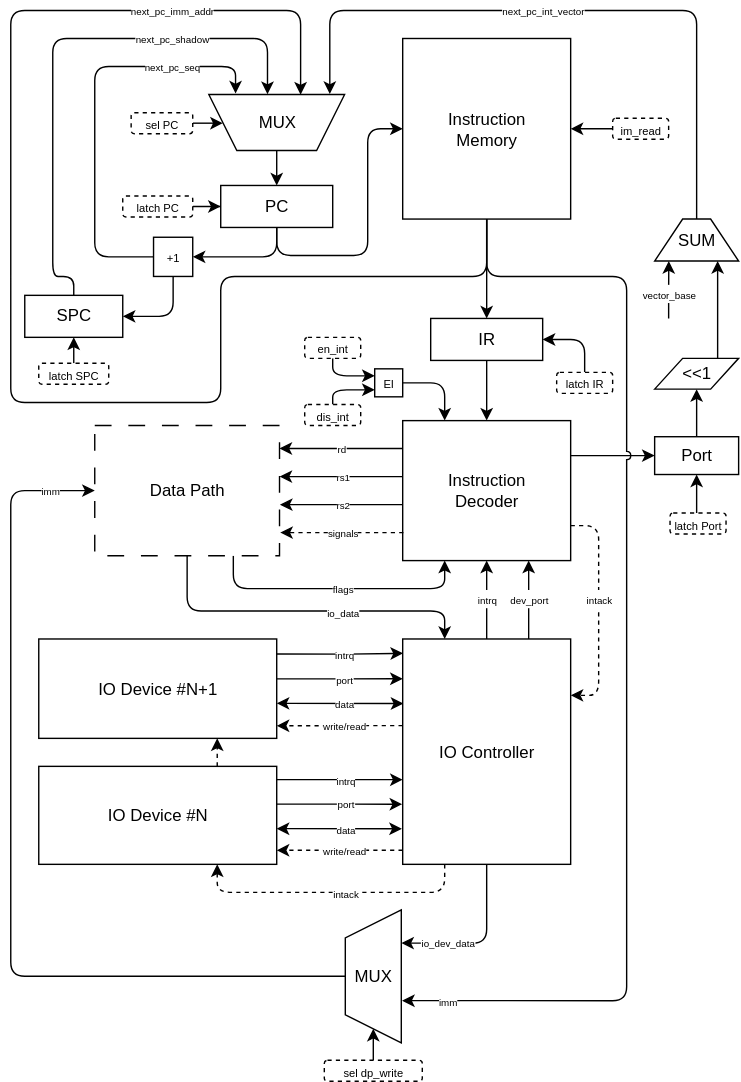
Above: img/ControlUnit.svg in mip3x/csa-lab-iv (draw.io), before the change. Source tidied: cells renumbered, new cells last; positions are measured from the earlier drawing's top-left corner, leaving out a move shared by most shapes.
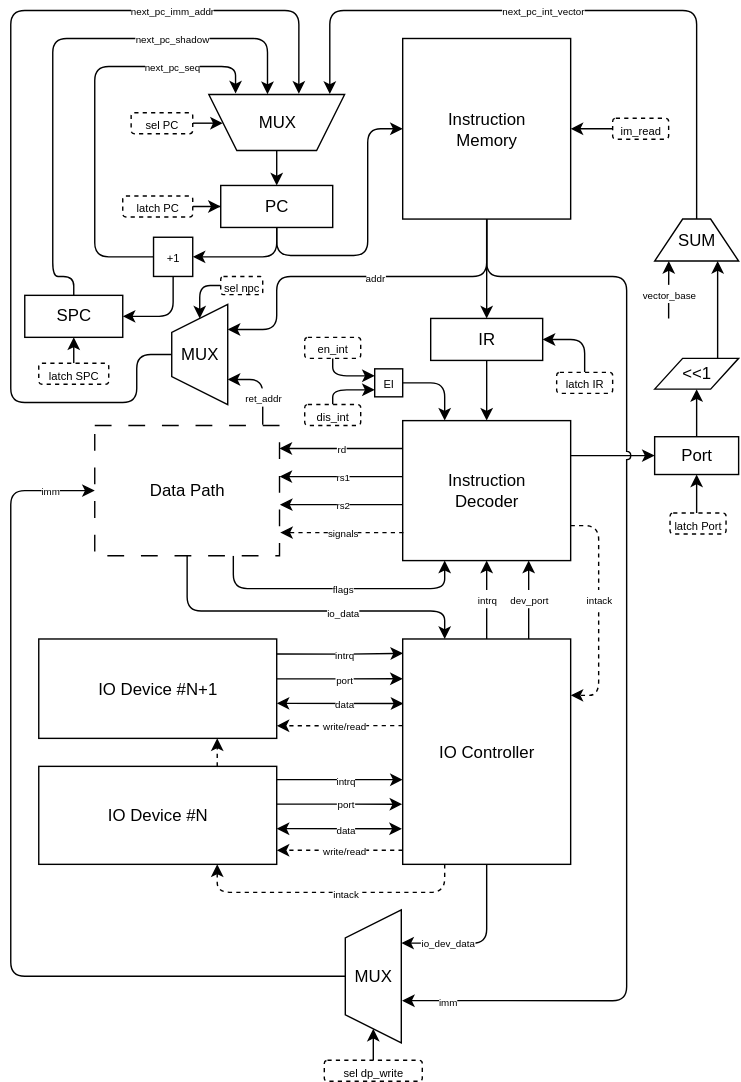
The same diagram one commit later.

Commit message:
feat: scheme changed for supporting ret instruction

What changed in the source:
```diff
@@ -2,6 +2,17 @@
   <root>
     <mxCell id="0" />
     <mxCell id="1" parent="0" />
+    <mxCell id="99" style="edgeStyle=orthogonalEdgeStyle;rounded=1;jettySize=auto;html=1;exitX=0.5;exitY=0;exitDx=0;exitDy=0;entryX=0.337;entryY=1.013;entryDx=0;entryDy=0;entryPerimeter=0;curved=0;" parent="1" edge="1" source="102" target="29">
+      <mxGeometry relative="1" as="geometry">
+        <Array as="points">
+          <mxPoint x="90" y="247" />
+          <mxPoint x="90" y="281" />
+          <mxPoint y="281" />
+          <mxPoint y="1" />
+          <mxPoint x="206" y="1" />
+        </Array>
+      </mxGeometry>
+    </mxCell>
     <mxCell id="2" style="edgeStyle=orthogonalEdgeStyle;rounded=1;jettySize=auto;html=1;entryX=0.568;entryY=1.006;entryDx=0;entryDy=0;entryPerimeter=0;curved=0;exitX=0.5;exitY=0;exitDx=0;exitDy=0;" parent="1" edge="1" source="44" target="29">
       <mxGeometry relative="1" as="geometry">
         <Array as="points">
@@ -62,18 +73,6 @@
     <mxCell id="10" value="&lt;font style=&quot;font-size: 7px;&quot;&gt;intrq&lt;/font&gt;" style="edgeLabel;html=1;align=center;verticalAlign=middle;" parent="1" vertex="1">
       <mxGeometry x="340" y="421" as="geometry" />
     </mxCell>
-    <mxCell id="11" style="edgeStyle=orthogonalEdgeStyle;rounded=1;jettySize=auto;html=1;exitX=0.5;exitY=1;exitDx=0;exitDy=0;entryX=0.324;entryY=0.997;entryDx=0;entryDy=0;curved=0;entryPerimeter=0;" parent="1" edge="1" source="35" target="29">
-      <mxGeometry relative="1" as="geometry">
-        <Array as="points">
-          <mxPoint x="340" y="191" />
-          <mxPoint x="150" y="191" />
-          <mxPoint x="150" y="281" />
-          <mxPoint y="281" />
-          <mxPoint y="1" />
-          <mxPoint x="207" y="1" />
-        </Array>
-      </mxGeometry>
-    </mxCell>
     <mxCell id="12" style="edgeStyle=orthogonalEdgeStyle;rounded=0;orthogonalLoop=1;jettySize=auto;html=1;exitX=0;exitY=0.5;exitDx=0;exitDy=0;entryX=1;entryY=0.5;entryDx=0;entryDy=0;" parent="1" edge="1">
       <mxGeometry relative="1" as="geometry">
         <mxPoint x="280" y="313.9" as="sourcePoint" />
@@ -137,6 +136,16 @@
         </Array>
       </mxGeometry>
     </mxCell>
+    <mxCell id="100" style="edgeStyle=orthogonalEdgeStyle;rounded=1;jettySize=auto;html=1;entryX=0.25;entryY=1;entryDx=0;entryDy=0;curved=0;" parent="1" edge="1" target="102">
+      <mxGeometry relative="1" as="geometry">
+        <mxPoint x="180" y="297" as="sourcePoint" />
+        <Array as="points">
+          <mxPoint x="180" y="297" />
+          <mxPoint x="180" y="265" />
+          <mxPoint x="155" y="265" />
+        </Array>
+      </mxGeometry>
+    </mxCell>
     <mxCell id="27" value="Data Path" style="rounded=0;whiteSpace=wrap;html=1;dashed=1;dashPattern=12 12;" parent="1" vertex="1">
       <mxGeometry x="60" y="297.5" width="132" height="93" as="geometry" />
     </mxCell>
@@ -161,6 +170,15 @@
     <mxCell id="34" style="edgeStyle=orthogonalEdgeStyle;rounded=0;jettySize=auto;html=1;exitX=0.5;exitY=1;exitDx=0;exitDy=0;" parent="1" edge="1" source="35" target="16">
       <mxGeometry relative="1" as="geometry" />
     </mxCell>
+    <mxCell id="101" style="edgeStyle=orthogonalEdgeStyle;rounded=1;jettySize=auto;html=1;exitX=0.5;exitY=1;exitDx=0;exitDy=0;entryX=0.75;entryY=1;entryDx=0;entryDy=0;curved=0;" parent="1" edge="1" source="35" target="102">
+      <mxGeometry relative="1" as="geometry">
+        <Array as="points">
+          <mxPoint x="340" y="191" />
+          <mxPoint x="190" y="191" />
+          <mxPoint x="190" y="229" />
+        </Array>
+      </mxGeometry>
+    </mxCell>
     <mxCell id="35" value="Instruction&lt;div&gt;Memory&lt;/div&gt;" style="rounded=0;whiteSpace=wrap;html=1;" parent="1" vertex="1">
       <mxGeometry x="280" y="21" width="120" height="129" as="geometry" />
     </mxCell>
@@ -435,5 +453,20 @@
     <mxCell id="98" value="&lt;font style=&quot;font-size: 7px;&quot;&gt;imm&lt;/font&gt;" style="edgeLabel;html=1;align=center;verticalAlign=middle;" parent="1" vertex="1">
       <mxGeometry x="28" y="343" as="geometry" />
     </mxCell>
+    <mxCell id="102" value="MUX" style="shape=trapezoid;perimeter=trapezoidPerimeter;whiteSpace=wrap;html=1;fixedSize=1;direction=north;" parent="1" vertex="1">
+      <mxGeometry x="115" y="211" width="40" height="71.5" as="geometry" />
+    </mxCell>
+    <mxCell id="103" style="edgeStyle=orthogonalEdgeStyle;rounded=1;jettySize=auto;html=1;exitX=0;exitY=0.5;exitDx=0;exitDy=0;entryX=1;entryY=0.5;entryDx=0;entryDy=0;curved=0;" parent="1" edge="1" source="104" target="102">
+      <mxGeometry relative="1" as="geometry" />
+    </mxCell>
+    <mxCell id="104" value="&lt;font style=&quot;font-size: 8px;&quot;&gt;sel npc&lt;/font&gt;" style="rounded=1;whiteSpace=wrap;html=1;dashed=1;" parent="1" vertex="1">
+      <mxGeometry x="150" y="191" width="30" height="13" as="geometry" />
+    </mxCell>
+    <mxCell id="105" value="&lt;font style=&quot;font-size: 7px;&quot;&gt;addr&lt;/font&gt;" style="edgeLabel;html=1;align=center;verticalAlign=middle;" parent="1" vertex="1">
+      <mxGeometry x="260" y="191" as="geometry" />
+    </mxCell>
+    <mxCell id="106" value="&lt;font style=&quot;font-size: 7px;&quot;&gt;ret_addr&lt;/font&gt;" style="edgeLabel;html=1;align=center;verticalAlign=middle;" parent="1" vertex="1">
+      <mxGeometry x="180" y="277" as="geometry" />
+    </mxCell>
   </root>
 </mxGraphModel>
```
